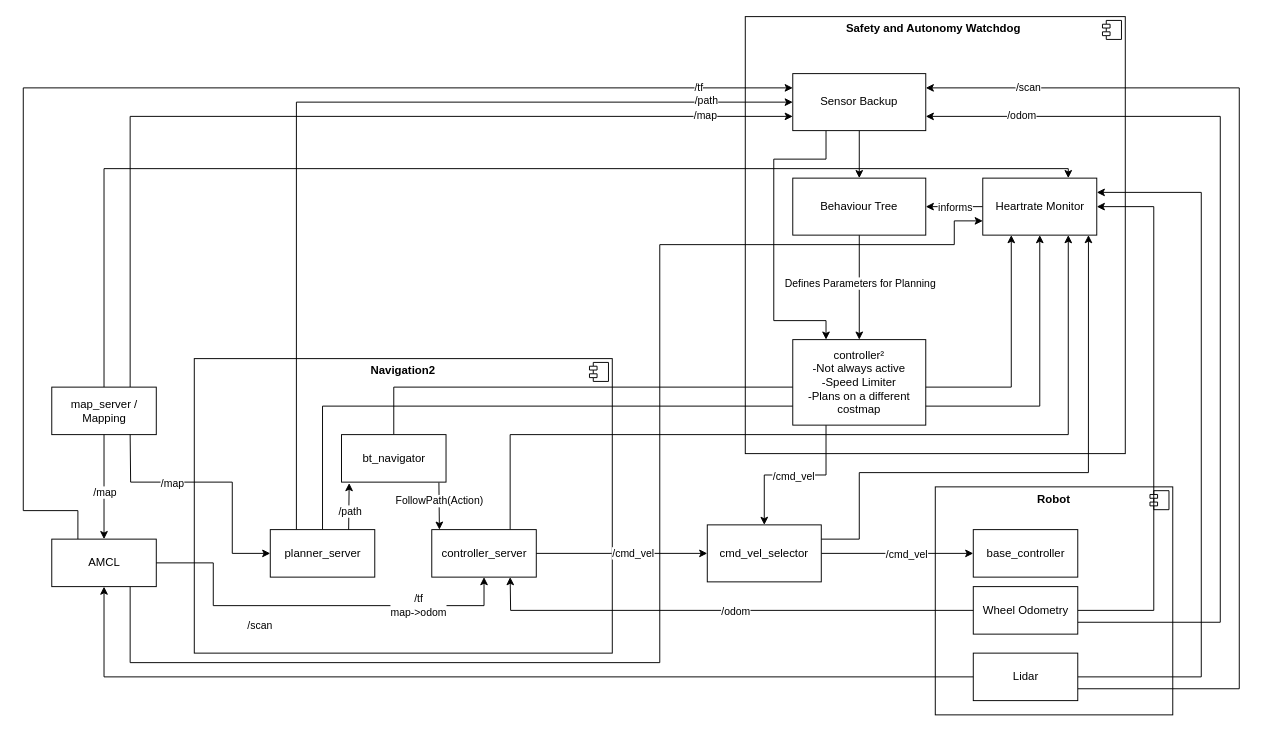
Before: Presentations/diagrams/Architecture_watchdog.drawio in mounteverset/behavior_planning, a draw.io diagram. Source tidied: cells renumbered, new cells numbered last; positions are measured from the earlier drawing's top-left corner, leaving out a move shared by most shapes. Both pictures are drawn from the tidied source at 95%, with x=0, y=0 at pixel (23, 16).
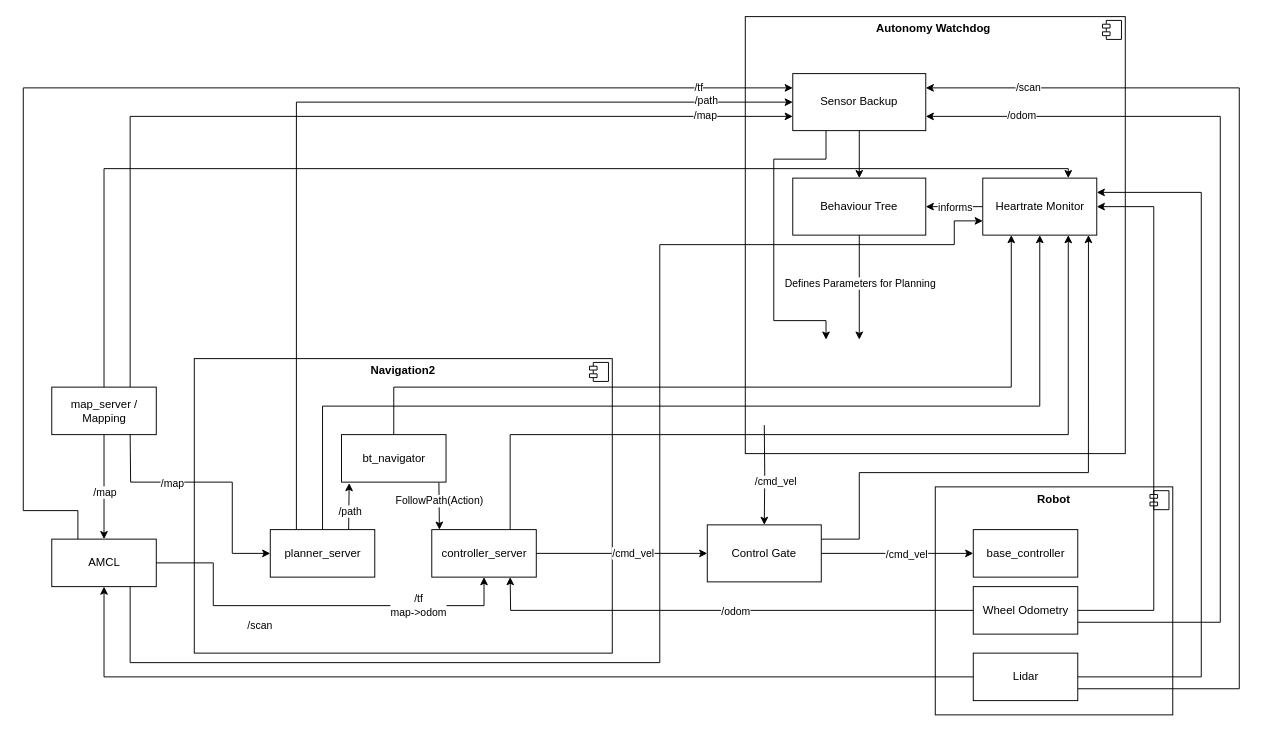
After the change.

Commit message (it also covers changes not shown here):
BT added Ports for ExecutionCheck Booleans

Unchanged cells that the change refers to:
```xml
<mxCell id="51" value="Behaviour Tree" style="rounded=0;whiteSpace=wrap;html=1;" parent="1" vertex="1">
  <mxGeometry x="810" y="170" width="140" height="60" as="geometry" />
</mxCell>
<mxCell id="64" value="Sensor Backup" style="rounded=0;whiteSpace=wrap;html=1;" parent="1" vertex="1">
  <mxGeometry x="810" y="60" width="140" height="60" as="geometry" />
</mxCell>
```

The edit, as a diff of the source:
```diff
@@
-    <mxCell id="2" value="&lt;p style=&quot;margin:0px;margin-top:6px;text-align:center;&quot;&gt;&lt;b&gt;Safety and Autonomy Watchdog&amp;nbsp;&lt;/b&gt;&lt;/p&gt;" style="align=left;overflow=fill;html=1;" parent="1" vertex="1">
+    <mxCell id="2" value="&lt;p style=&quot;margin: 0px ; margin-top: 6px ; text-align: center&quot;&gt;&lt;b&gt;Autonomy Watchdog&amp;nbsp;&lt;/b&gt;&lt;/p&gt;" style="align=left;overflow=fill;html=1;" parent="1" vertex="1">
       <mxGeometry x="760" width="400" height="460" as="geometry" />
     </mxCell>
@@
-    <mxCell id="49" style="edgeStyle=orthogonalEdgeStyle;rounded=0;jettySize=auto;html=1;exitX=0.5;exitY=1;exitDx=0;exitDy=0;" parent="1" edge="1" source="51" target="54">
-      <mxGeometry relative="1" as="geometry" />
+    <mxCell id="49" style="edgeStyle=orthogonalEdgeStyle;rounded=0;jettySize=auto;html=1;exitX=0.5;exitY=1;exitDx=0;exitDy=0;" parent="1" edge="1" source="51">
+      <mxGeometry relative="1" as="geometry">
+        <mxPoint x="880" y="340" as="targetPoint" />
+      </mxGeometry>
     </mxCell>
@@
-    <mxCell id="52" style="edgeStyle=orthogonalEdgeStyle;rounded=0;jettySize=auto;html=1;exitX=0.25;exitY=1;exitDx=0;exitDy=0;entryX=0.5;entryY=0;entryDx=0;entryDy=0;" parent="1" edge="1" source="54" target="61">
-      <mxGeometry relative="1" as="geometry" />
+    <mxCell id="52" style="edgeStyle=orthogonalEdgeStyle;rounded=0;jettySize=auto;html=1;entryX=0.5;entryY=0;entryDx=0;entryDy=0;" parent="1" edge="1" target="61">
+      <mxGeometry relative="1" as="geometry">
+        <mxPoint x="780" y="430" as="sourcePoint" />
+      </mxGeometry>
     </mxCell>
@@
-    <mxCell id="54" value="controller²&lt;br&gt;-Not always active&lt;br&gt;-Speed Limiter&lt;br&gt;-Plans on a different costmap" style="rounded=0;whiteSpace=wrap;html=1;" parent="1" vertex="1">
-      <mxGeometry x="810" y="340" width="140" height="90" as="geometry" />
-    </mxCell>
@@
-    <mxCell id="61" value="cmd_vel_selector&lt;br&gt;" style="rounded=0;whiteSpace=wrap;html=1;" parent="1" vertex="1">
+    <mxCell id="61" value="Control Gate" style="rounded=0;whiteSpace=wrap;html=1;" parent="1" vertex="1">
       <mxGeometry x="720" y="535" width="120" height="60" as="geometry" />
     </mxCell>
@@
-    <mxCell id="63" style="edgeStyle=orthogonalEdgeStyle;rounded=0;jettySize=auto;html=1;exitX=0.25;exitY=1;exitDx=0;exitDy=0;entryX=0.25;entryY=0;entryDx=0;entryDy=0;" parent="1" edge="1" source="64" target="54">
+    <mxCell id="63" style="edgeStyle=orthogonalEdgeStyle;rounded=0;jettySize=auto;html=1;exitX=0.25;exitY=1;exitDx=0;exitDy=0;entryX=0.25;entryY=0;entryDx=0;entryDy=0;" parent="1" edge="1" source="64">
       <mxGeometry relative="1" as="geometry">
+        <mxPoint x="845" y="340" as="targetPoint" />
         <Array as="points">
           <mxPoint x="845" y="150" />
           <mxPoint x="790" y="150" />
           <mxPoint x="790" y="320" />
           <mxPoint x="845" y="320" />
         </Array>
       </mxGeometry>
     </mxCell>
```
